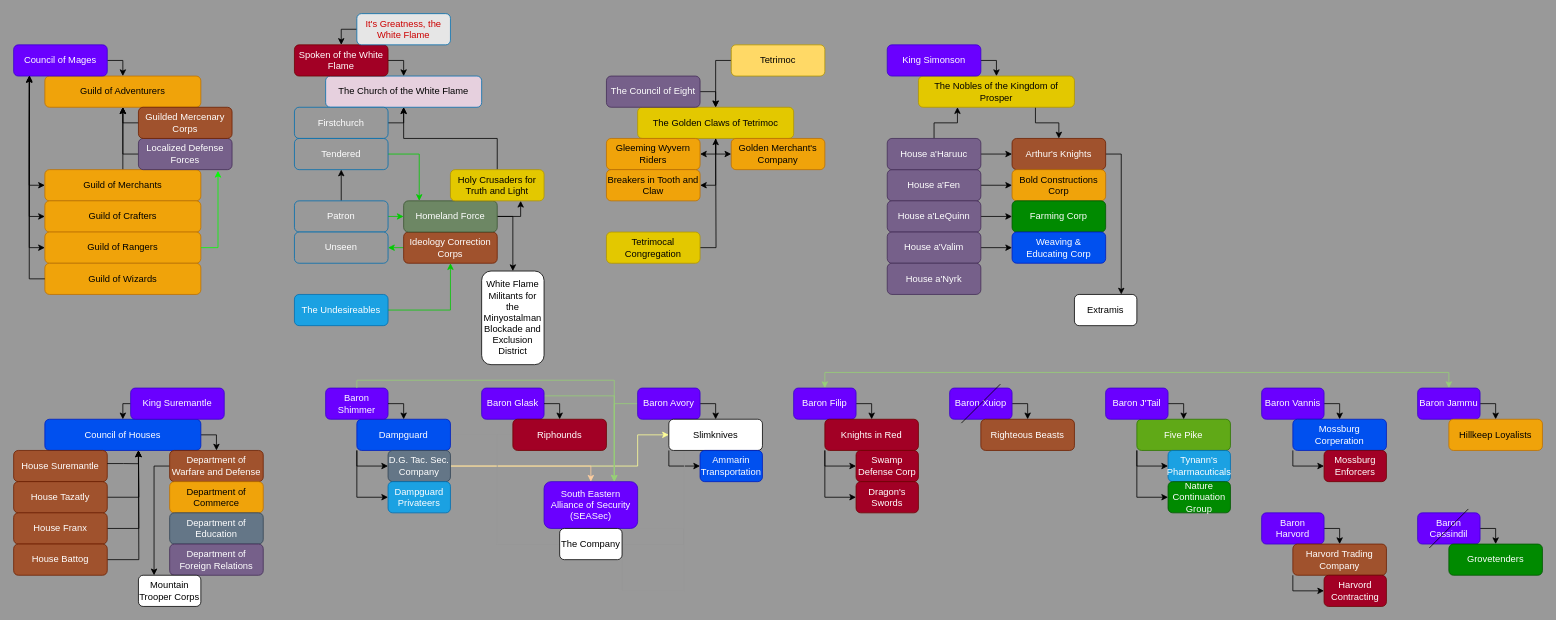
craftingcity/The-Known-World keeps this draw.io diagram as MEDIA/SUPP/alatermenianStructures.drawio. Above is the earlier version. Source tidied: cells renumbered, new cells numbered last; positions are measured from the earlier drawing's top-left corner, leaving out a move shared by most shapes. Both pictures are drawn from the tidied source at 78%, with x=0, y=0 at pixel (13, 13).
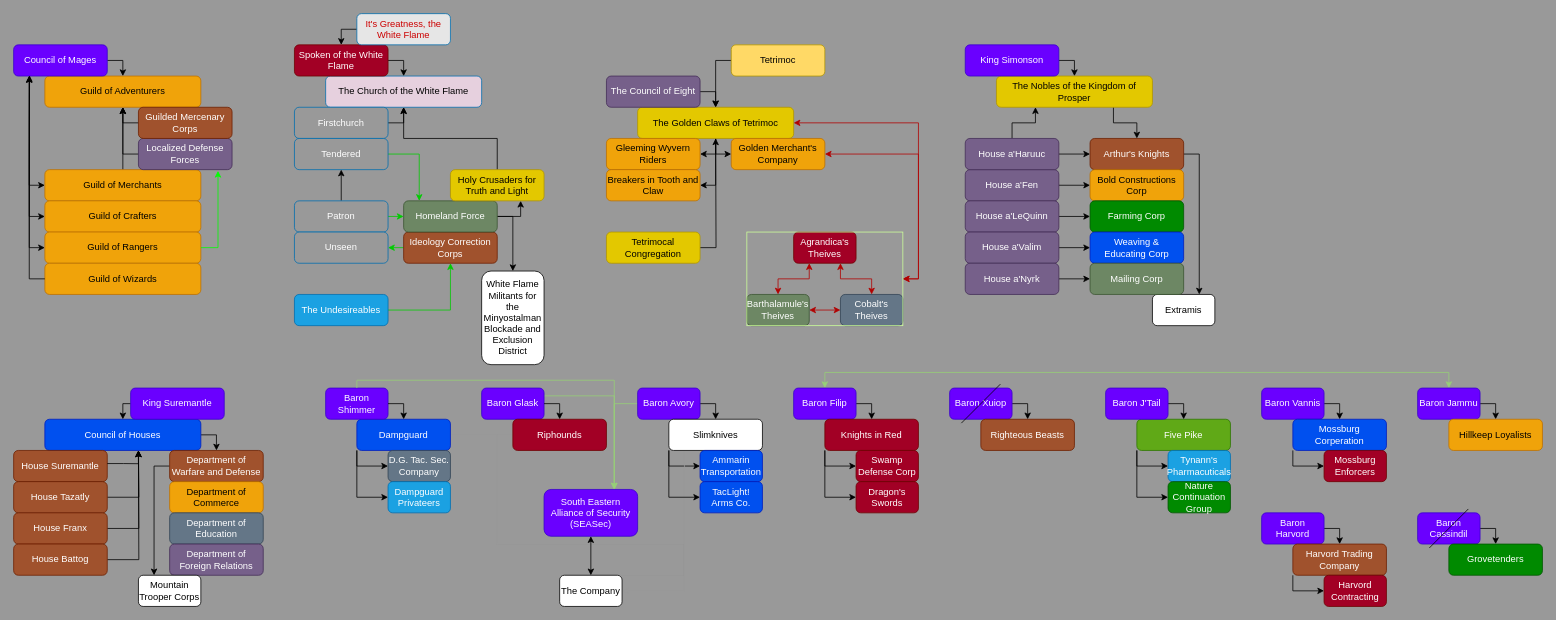
After the change.

Unchanged cells that the change refers to:
```xml
<mxCell id="60" value="The Golden Claws of Tetrimoc" style="rounded=1;whiteSpace=wrap;html=1;fillColor=#e3c800;fontColor=#000000;strokeColor=#B09500;" parent="1" vertex="1">
  <mxGeometry x="800" y="120" width="200" height="40" as="geometry" />
</mxCell>
<mxCell id="67" value="Golden Merchant's Company" style="rounded=1;whiteSpace=wrap;html=1;fillColor=#f0a30a;fontColor=#000000;strokeColor=#BD7000;" parent="1" vertex="1">
  <mxGeometry x="920" y="160" width="120" height="40" as="geometry" />
</mxCell>
<mxCell id="96" value="D.G. Tac. Sec. Company" style="rounded=1;whiteSpace=wrap;html=1;fillColor=#647687;fontColor=#ffffff;strokeColor=#314354;" parent="1" vertex="1">
  <mxGeometry x="480" y="560" width="80" height="40" as="geometry" />
</mxCell>
<mxCell id="139" value="Slimknives" style="rounded=1;whiteSpace=wrap;html=1;" parent="1" vertex="1">
  <mxGeometry x="840" y="520" width="120" height="40" as="geometry" />
</mxCell>
```

Diff of the diagram source:
```diff
@@
+    <mxCell id="154" style="edgeStyle=orthogonalEdgeStyle;rounded=0;jettySize=auto;html=1;exitX=1;exitY=0.5;exitDx=0;exitDy=0;entryX=1;entryY=0.5;entryDx=0;entryDy=0;fillColor=#e51400;strokeColor=#B20000;startArrow=classic;startFill=1;" parent="1" edge="1" source="60" target="167">
+      <mxGeometry relative="1" as="geometry" />
+    </mxCell>
@@
+    <mxCell id="155" style="edgeStyle=orthogonalEdgeStyle;rounded=0;jettySize=auto;html=1;exitX=1;exitY=0.5;exitDx=0;exitDy=0;entryX=1;entryY=0.5;entryDx=0;entryDy=0;fillColor=#e51400;strokeColor=#B20000;startArrow=classic;startFill=1;" parent="1" edge="1" source="67" target="167">
+      <mxGeometry relative="1" as="geometry" />
+    </mxCell>
@@
     <mxCell id="71" value="The Nobles of the Kingdom of Prosper" style="rounded=1;whiteSpace=wrap;html=1;fillColor=#e3c800;fontColor=#000000;strokeColor=#B09500;" parent="1" vertex="1">
-      <mxGeometry x="1160" y="80" width="200" height="40" as="geometry" />
+      <mxGeometry x="1260" y="80" width="200" height="40" as="geometry" />
     </mxCell>
@@
     <mxCell id="73" value="King Simonson" style="rounded=1;whiteSpace=wrap;html=1;fillColor=#6a00ff;fontColor=#ffffff;strokeColor=#3700CC;" parent="1" vertex="1">
-      <mxGeometry x="1120" y="40" width="120" height="40" as="geometry" />
+      <mxGeometry x="1220" y="40" width="120" height="40" as="geometry" />
     </mxCell>
@@
     <mxCell id="75" value="Arthur's Knights" style="rounded=1;whiteSpace=wrap;html=1;fillColor=#a0522d;fontColor=#ffffff;strokeColor=#6D1F00;" parent="1" vertex="1">
-      <mxGeometry x="1280" y="160" width="120" height="40" as="geometry" />
+      <mxGeometry x="1380" y="160" width="120" height="40" as="geometry" />
     </mxCell>
@@
     <mxCell id="77" value="House a'Fen" style="rounded=1;whiteSpace=wrap;html=1;fillColor=#76608a;fontColor=#ffffff;strokeColor=#432D57;" parent="1" vertex="1">
-      <mxGeometry x="1120" y="200" width="120" height="40" as="geometry" />
+      <mxGeometry x="1220" y="200" width="120" height="40" as="geometry" />
     </mxCell>
     <mxCell id="78" value="Bold Constructions Corp" style="rounded=1;whiteSpace=wrap;html=1;fillColor=#f0a30a;fontColor=#000000;strokeColor=#BD7000;" parent="1" vertex="1">
-      <mxGeometry x="1280" y="200" width="120" height="40" as="geometry" />
+      <mxGeometry x="1380" y="200" width="120" height="40" as="geometry" />
     </mxCell>
@@
     <mxCell id="81" value="House a'Haruuc" style="rounded=1;whiteSpace=wrap;html=1;fillColor=#76608a;strokeColor=#432D57;fontColor=#ffffff;" parent="1" vertex="1">
-      <mxGeometry x="1120" y="160" width="120" height="40" as="geometry" />
+      <mxGeometry x="1220" y="160" width="120" height="40" as="geometry" />
     </mxCell>
@@
     <mxCell id="83" value="House a'LeQuinn" style="rounded=1;whiteSpace=wrap;html=1;fillColor=#76608a;fontColor=#ffffff;strokeColor=#432D57;" parent="1" vertex="1">
-      <mxGeometry x="1120" y="240" width="120" height="40" as="geometry" />
+      <mxGeometry x="1220" y="240" width="120" height="40" as="geometry" />
     </mxCell>
@@
     <mxCell id="85" value="House a'Valim" style="rounded=1;whiteSpace=wrap;html=1;fillColor=#76608a;fontColor=#ffffff;strokeColor=#432D57;" parent="1" vertex="1">
-      <mxGeometry x="1120" y="280" width="120" height="40" as="geometry" />
+      <mxGeometry x="1220" y="280" width="120" height="40" as="geometry" />
     </mxCell>
     <mxCell id="86" value="Farming Corp" style="rounded=1;whiteSpace=wrap;html=1;fillColor=#008a00;fontColor=#ffffff;strokeColor=#005700;" parent="1" vertex="1">
-      <mxGeometry x="1280" y="240" width="120" height="40" as="geometry" />
+      <mxGeometry x="1380" y="240" width="120" height="40" as="geometry" />
     </mxCell>
     <mxCell id="87" value="Weaving &amp;amp; Educating&amp;nbsp;&lt;span style=&quot;background-color: initial;&quot;&gt;Corp&lt;/span&gt;" style="rounded=1;whiteSpace=wrap;html=1;fillColor=#0050ef;fontColor=#ffffff;strokeColor=#001DBC;" parent="1" vertex="1">
-      <mxGeometry x="1280" y="280" width="120" height="40" as="geometry" />
+      <mxGeometry x="1380" y="280" width="120" height="40" as="geometry" />
     </mxCell>
@@
-    <mxCell id="94" style="edgeStyle=orthogonalEdgeStyle;rounded=0;jettySize=auto;html=1;exitX=1;exitY=0.5;exitDx=0;exitDy=0;entryX=0;entryY=0.5;entryDx=0;entryDy=0;strokeColor=#FFFF99;" parent="1" edge="1" source="96" target="139">
-      <mxGeometry relative="1" as="geometry">
-        <Array as="points">
-          <mxPoint x="800" y="580" />
-          <mxPoint x="800" y="540" />
-        </Array>
-      </mxGeometry>
-    </mxCell>
-    <mxCell id="95" style="edgeStyle=orthogonalEdgeStyle;rounded=0;jettySize=auto;html=1;exitX=1;exitY=0.5;exitDx=0;exitDy=0;entryX=0.5;entryY=0;entryDx=0;entryDy=0;fillColor=#f0a30a;strokeColor=#FFCE9F;" parent="1" edge="1" source="96" target="141">
-      <mxGeometry relative="1" as="geometry" />
-    </mxCell>
@@
+    <mxCell id="156" style="edgeStyle=orthogonalEdgeStyle;rounded=0;jettySize=auto;html=1;exitX=0;exitY=1;exitDx=0;exitDy=0;entryX=0;entryY=0.5;entryDx=0;entryDy=0;" parent="1" edge="1" source="139" target="160">
+      <mxGeometry relative="1" as="geometry" />
+    </mxCell>
@@
+    <mxCell id="157" style="edgeStyle=orthogonalEdgeStyle;rounded=0;jettySize=auto;html=1;exitX=0.5;exitY=1;exitDx=0;exitDy=0;entryX=0.5;entryY=0;entryDx=0;entryDy=0;startArrow=classic;startFill=1;strokeColor=#000000;" parent="1" edge="1" source="141" target="143">
+      <mxGeometry relative="1" as="geometry" />
+    </mxCell>
     <mxCell id="141" value="South Eastern Alliance of Security (SEASec)" style="rounded=1;whiteSpace=wrap;html=1;fillColor=#6a00ff;fontColor=#ffffff;strokeColor=#3700CC;" parent="1" vertex="1">
-      <mxGeometry x="680" y="600" width="120" height="60" as="geometry" />
+      <mxGeometry x="680" y="610" width="120" height="60" as="geometry" />
     </mxCell>
@@
     <mxCell id="143" value="The Company" style="rounded=1;whiteSpace=wrap;html=1;" parent="1" vertex="1">
-      <mxGeometry x="700" y="660" width="80" height="40" as="geometry" />
+      <mxGeometry x="700" y="720" width="80" height="40" as="geometry" />
     </mxCell>
@@
     <mxCell id="145" value="Extramis" style="rounded=1;whiteSpace=wrap;html=1;" parent="1" vertex="1">
-      <mxGeometry x="1360" y="360" width="80" height="40" as="geometry" />
+      <mxGeometry x="1460" y="360" width="80" height="40" as="geometry" />
     </mxCell>
@@
+    <mxCell id="158" style="edgeStyle=orthogonalEdgeStyle;rounded=0;jettySize=auto;html=1;exitX=1;exitY=0.5;exitDx=0;exitDy=0;entryX=0;entryY=0.5;entryDx=0;entryDy=0;" parent="1" edge="1" source="151" target="159">
+      <mxGeometry relative="1" as="geometry" />
+    </mxCell>
     <mxCell id="151" value="House a'Nyrk" style="rounded=1;whiteSpace=wrap;html=1;fillColor=#76608a;fontColor=#ffffff;strokeColor=#432D57;" parent="1" vertex="1">
-      <mxGeometry x="1120" y="320" width="120" height="40" as="geometry" />
+      <mxGeometry x="1220" y="320" width="120" height="40" as="geometry" />
     </mxCell>
@@
+    <mxCell id="159" value="Mailing Corp" style="rounded=1;whiteSpace=wrap;html=1;fillColor=#6d8764;strokeColor=#3A5431;fontColor=#ffffff;" parent="1" vertex="1">
+      <mxGeometry x="1380" y="320" width="120" height="40" as="geometry" />
+    </mxCell>
+    <mxCell id="160" value="TacLight! Arms Co." style="rounded=1;whiteSpace=wrap;html=1;fillColor=#0050ef;fontColor=#ffffff;strokeColor=#001DBC;" parent="1" vertex="1">
+      <mxGeometry x="880" y="600" width="80" height="40" as="geometry" />
+    </mxCell>
+    <mxCell id="161" style="edgeStyle=orthogonalEdgeStyle;rounded=0;jettySize=auto;html=1;exitX=1;exitY=0.5;exitDx=0;exitDy=0;entryX=0;entryY=0.5;entryDx=0;entryDy=0;fillColor=#e51400;strokeColor=#B20000;startArrow=classic;startFill=1;" parent="1" edge="1" source="163" target="166">
+      <mxGeometry relative="1" as="geometry" />
+    </mxCell>
+    <mxCell id="162" style="edgeStyle=orthogonalEdgeStyle;rounded=0;jettySize=auto;html=1;exitX=0.5;exitY=0;exitDx=0;exitDy=0;entryX=0.25;entryY=1;entryDx=0;entryDy=0;startArrow=classic;startFill=1;fillColor=#e51400;strokeColor=#B20000;" parent="1" edge="1" source="163" target="164">
+      <mxGeometry relative="1" as="geometry" />
+    </mxCell>
+    <mxCell id="163" value="Barthalamule's Theives" style="rounded=1;whiteSpace=wrap;html=1;fillColor=#6d8764;fontColor=#ffffff;strokeColor=#3A5431;" parent="1" vertex="1">
+      <mxGeometry x="940" y="360" width="80" height="40" as="geometry" />
+    </mxCell>
+    <mxCell id="164" value="Agrandica's Theives" style="rounded=1;whiteSpace=wrap;html=1;fillColor=#a20025;fontColor=#ffffff;strokeColor=#6F0000;" parent="1" vertex="1">
+      <mxGeometry x="1000" y="280" width="80" height="40" as="geometry" />
+    </mxCell>
+    <mxCell id="165" style="edgeStyle=orthogonalEdgeStyle;rounded=0;jettySize=auto;html=1;exitX=0.5;exitY=0;exitDx=0;exitDy=0;entryX=0.75;entryY=1;entryDx=0;entryDy=0;startArrow=classic;startFill=1;fillColor=#e51400;strokeColor=#B20000;" parent="1" edge="1" source="166" target="164">
+      <mxGeometry relative="1" as="geometry" />
+    </mxCell>
+    <mxCell id="166" value="Cobalt's Theives" style="rounded=1;whiteSpace=wrap;html=1;fillColor=#647687;fontColor=#ffffff;strokeColor=#314354;" parent="1" vertex="1">
+      <mxGeometry x="1060" y="360" width="80" height="40" as="geometry" />
+    </mxCell>
+    <mxCell id="167" style="rounded=0;whiteSpace=wrap;html=1;fillColor=none;strokeColor=#CCFF99;" parent="1" vertex="1">
+      <mxGeometry x="940" y="280" width="200" height="120" as="geometry" />
+    </mxCell>
```
